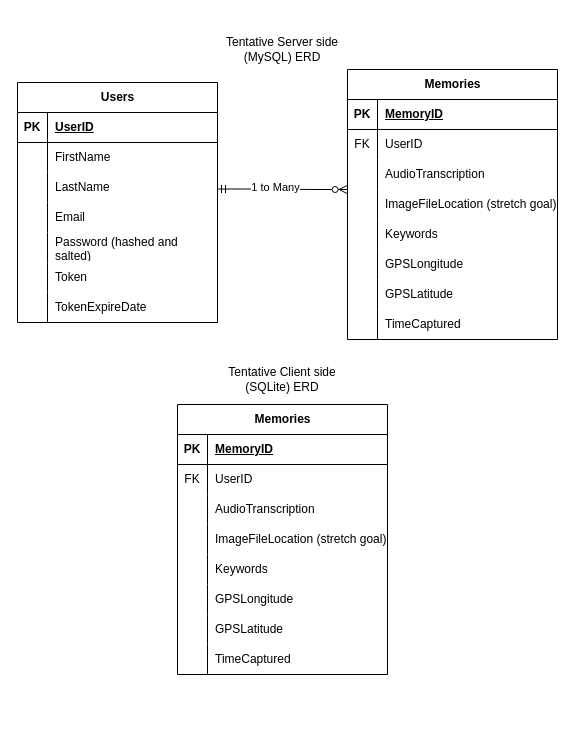
The draw.io diagram docs/database/ERDs.drawio in Encore-sd/Encore, before the edit. Source tidied: cells renumbered, new cells numbered last; positions are measured from the earlier drawing's top-left corner, leaving out a move shared by most shapes. Both pictures are drawn from the tidied source at 100%, with x=0, y=0 at pixel (17, 34).
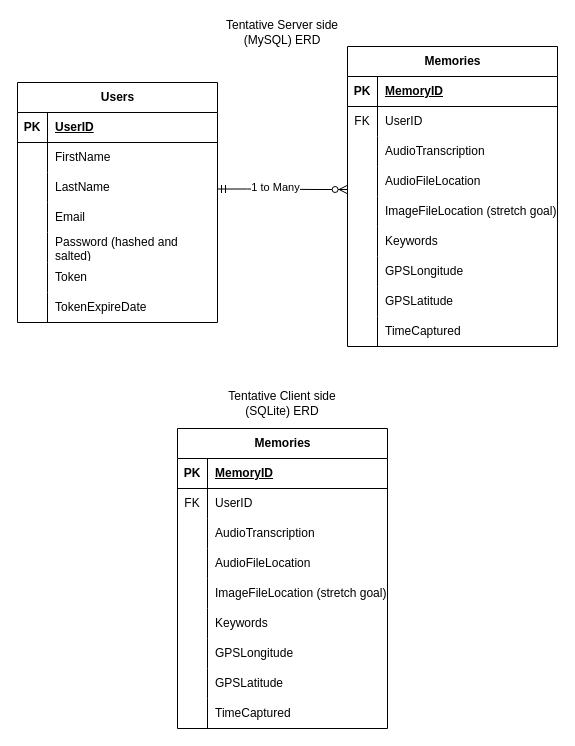
After the change.

Commit message (it also covers changes not shown here):
docs(ERDs): Updated ERD, added AudioFileLocation

Diff of the diagram source:
```diff
@@
     <mxCell id="24" value="Memories" style="shape=table;startSize=30;childLayout=tableLayout;rowLines=0;fontStyle=1;align=center;html=1;" parent="1" vertex="1">
-      <mxGeometry x="330" y="35" width="210" height="270" as="geometry" />
+      <mxGeometry x="330" y="12" width="210" height="300" as="geometry" />
     </mxCell>
@@
+    <mxCell id="78" style="shape=tableRow;horizontal=0;startSize=0;swimlaneHead=0;swimlaneBody=0;fillColor=none;top=0;left=0;right=0;bottom=0;" parent="24" vertex="1">
+      <mxGeometry y="120" width="210" height="30" as="geometry" />
+    </mxCell>
+    <mxCell id="79" style="shape=partialRectangle;fillColor=none;top=0;left=0;bottom=0;right=0;overflow=hidden;whiteSpace=wrap;html=1;" parent="78" vertex="1">
+      <mxGeometry width="30" height="30" as="geometry" />
+    </mxCell>
+    <mxCell id="80" value="AudioFileLocation" style="shape=partialRectangle;fillColor=none;top=0;left=0;bottom=0;right=0;align=left;spacingLeft=6;overflow=hidden;whiteSpace=wrap;html=1;" parent="78" vertex="1">
+      <mxGeometry x="30" width="180" height="30" as="geometry" />
+    </mxCell>
     <mxCell id="34" style="shape=tableRow;horizontal=0;startSize=0;swimlaneHead=0;swimlaneBody=0;fillColor=none;top=0;left=0;right=0;bottom=0;" parent="24" vertex="1">
-      <mxGeometry y="120" width="210" height="30" as="geometry" />
+      <mxGeometry y="150" width="210" height="30" as="geometry" />
     </mxCell>
@@
     <mxCell id="37" style="shape=tableRow;horizontal=0;startSize=0;swimlaneHead=0;swimlaneBody=0;fillColor=none;top=0;left=0;right=0;bottom=0;" parent="24" vertex="1">
-      <mxGeometry y="150" width="210" height="30" as="geometry" />
+      <mxGeometry y="180" width="210" height="30" as="geometry" />
     </mxCell>
@@
     <mxCell id="40" style="shape=tableRow;horizontal=0;startSize=0;swimlaneHead=0;swimlaneBody=0;fillColor=none;top=0;left=0;right=0;bottom=0;" parent="24" vertex="1">
-      <mxGeometry y="180" width="210" height="30" as="geometry" />
+      <mxGeometry y="210" width="210" height="30" as="geometry" />
     </mxCell>
@@
     <mxCell id="43" style="shape=tableRow;horizontal=0;startSize=0;swimlaneHead=0;swimlaneBody=0;fillColor=none;top=0;left=0;right=0;bottom=0;" parent="24" vertex="1">
-      <mxGeometry y="210" width="210" height="30" as="geometry" />
+      <mxGeometry y="240" width="210" height="30" as="geometry" />
     </mxCell>
@@
     <mxCell id="46" style="shape=tableRow;horizontal=0;startSize=0;swimlaneHead=0;swimlaneBody=0;fillColor=none;top=0;left=0;right=0;bottom=0;" parent="24" vertex="1">
-      <mxGeometry y="240" width="210" height="30" as="geometry" />
+      <mxGeometry y="270" width="210" height="30" as="geometry" />
     </mxCell>
@@
     <mxCell id="51" value="Tentative Server side (MySQL) ERD" style="text;html=1;whiteSpace=wrap;strokeColor=none;fillColor=none;align=center;verticalAlign=middle;rounded=0;" parent="1" vertex="1">
-      <mxGeometry x="200" width="130" height="30" as="geometry" />
+      <mxGeometry x="200" y="-17" width="130" height="30" as="geometry" />
     </mxCell>
     <mxCell id="52" value="Tentative Client side (SQLite) ERD" style="text;html=1;whiteSpace=wrap;strokeColor=none;fillColor=none;align=center;verticalAlign=middle;rounded=0;" parent="1" vertex="1">
-      <mxGeometry x="200" y="330" width="130" height="30" as="geometry" />
+      <mxGeometry x="200" y="354" width="130" height="30" as="geometry" />
     </mxCell>
     <mxCell id="53" value="Memories" style="shape=table;startSize=30;childLayout=tableLayout;rowLines=0;fontStyle=1;align=center;html=1;" parent="1" vertex="1">
-      <mxGeometry x="160" y="370" width="210" height="270" as="geometry" />
+      <mxGeometry x="160" y="394" width="210" height="300" as="geometry" />
     </mxCell>
@@
+    <mxCell id="81" style="shape=tableRow;horizontal=0;startSize=0;swimlaneHead=0;swimlaneBody=0;fillColor=none;top=0;left=0;right=0;bottom=0;" parent="53" vertex="1">
+      <mxGeometry y="120" width="210" height="30" as="geometry" />
+    </mxCell>
+    <mxCell id="82" style="shape=partialRectangle;fillColor=none;top=0;left=0;bottom=0;right=0;overflow=hidden;whiteSpace=wrap;html=1;" parent="81" vertex="1">
+      <mxGeometry width="30" height="30" as="geometry" />
+    </mxCell>
+    <mxCell id="83" value="AudioFileLocation" style="shape=partialRectangle;fillColor=none;top=0;left=0;bottom=0;right=0;align=left;spacingLeft=6;overflow=hidden;whiteSpace=wrap;html=1;" parent="81" vertex="1">
+      <mxGeometry x="30" width="180" height="30" as="geometry" />
+    </mxCell>
     <mxCell id="63" style="shape=tableRow;horizontal=0;startSize=0;swimlaneHead=0;swimlaneBody=0;fillColor=none;top=0;left=0;right=0;bottom=0;" parent="53" vertex="1">
-      <mxGeometry y="120" width="210" height="30" as="geometry" />
+      <mxGeometry y="150" width="210" height="30" as="geometry" />
     </mxCell>
@@
     <mxCell id="66" style="shape=tableRow;horizontal=0;startSize=0;swimlaneHead=0;swimlaneBody=0;fillColor=none;top=0;left=0;right=0;bottom=0;" parent="53" vertex="1">
-      <mxGeometry y="150" width="210" height="30" as="geometry" />
+      <mxGeometry y="180" width="210" height="30" as="geometry" />
     </mxCell>
@@
     <mxCell id="69" style="shape=tableRow;horizontal=0;startSize=0;swimlaneHead=0;swimlaneBody=0;fillColor=none;top=0;left=0;right=0;bottom=0;" parent="53" vertex="1">
-      <mxGeometry y="180" width="210" height="30" as="geometry" />
+      <mxGeometry y="210" width="210" height="30" as="geometry" />
     </mxCell>
@@
     <mxCell id="72" style="shape=tableRow;horizontal=0;startSize=0;swimlaneHead=0;swimlaneBody=0;fillColor=none;top=0;left=0;right=0;bottom=0;" parent="53" vertex="1">
-      <mxGeometry y="210" width="210" height="30" as="geometry" />
+      <mxGeometry y="240" width="210" height="30" as="geometry" />
     </mxCell>
@@
     <mxCell id="75" style="shape=tableRow;horizontal=0;startSize=0;swimlaneHead=0;swimlaneBody=0;fillColor=none;top=0;left=0;right=0;bottom=0;" parent="53" vertex="1">
-      <mxGeometry y="240" width="210" height="30" as="geometry" />
+      <mxGeometry y="270" width="210" height="30" as="geometry" />
     </mxCell>
```
